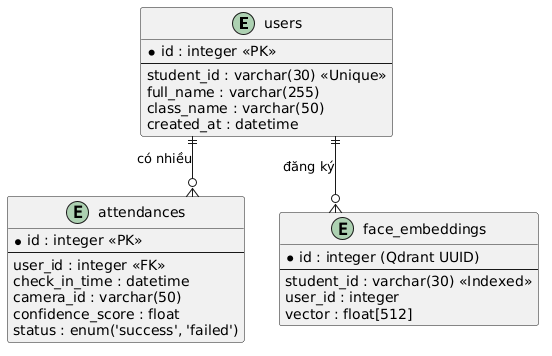
Before: uml/csdl.png, a diagram exported from PlantUML (LeVietThanh1412/BTL-2526II_AIT3004_2-smart_attendance_system). The source it was exported from:
```plantuml
@startuml
skinparam linetype ortho

entity "users" as users {
  *id : integer <<PK>>
  --
  student_id : varchar(30) <<Unique>>
  full_name : varchar(255)
  class_name : varchar(50)
  created_at : datetime
}

entity "attendances" as attendances {
  *id : integer <<PK>>
  --
  user_id : integer <<FK>>
  check_in_time : datetime
  camera_id : varchar(50)
  confidence_score : float
  status : enum('success', 'failed')
}

entity "face_embeddings" as qdrant_vectors {
  *id : integer (Qdrant UUID)
  --
  student_id : varchar(30) <<Indexed>>
  user_id : integer
  vector : float[512]
}

users ||--o{ attendances : "có nhiều"
users ||--o{ qdrant_vectors : "đăng ký"
@enduml
```
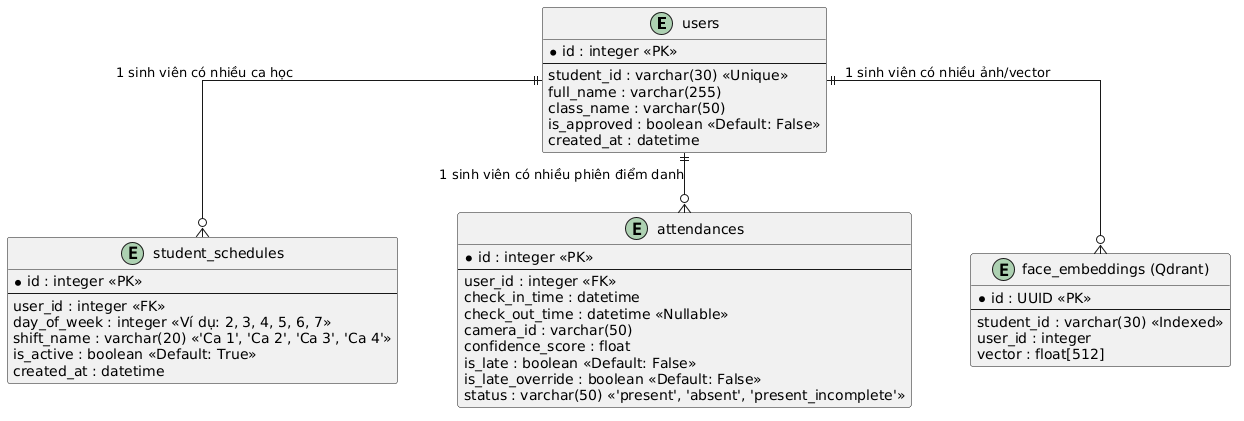
The same file after the commit.

The edit, as a diff of the source:
```diff
@@ -1,5 +1,14 @@
 @startuml
 skinparam linetype ortho
+skinparam roundcorner 5
+skinparam shadowing false
+skinparam nodesep 60
+skinparam ranksep 60
+
+skinparam entity {
+    BackgroundColor LightYellow
+    BorderColor Black
+}
 
 entity "users" as users {
   *id : integer <<PK>>
@@ -7,6 +16,17 @@
   student_id : varchar(30) <<Unique>>
   full_name : varchar(255)
   class_name : varchar(50)
+  is_approved : boolean <<Default: False>>
+  created_at : datetime
+}
+
+entity "student_schedules" as schedules {
+  *id : integer <<PK>>
+  --
+  user_id : integer <<FK>>
+  day_of_week : integer <<Ví dụ: 2, 3, 4, 5, 6, 7>>
+  shift_name : varchar(20) <<'Ca 1', 'Ca 2', 'Ca 3', 'Ca 4'>>
+  is_active : boolean <<Default: True>>
   created_at : datetime
 }
 
@@ -15,19 +35,23 @@
   --
   user_id : integer <<FK>>
   check_in_time : datetime
+  check_out_time : datetime <<Nullable>>
   camera_id : varchar(50)
   confidence_score : float
-  status : enum('success', 'failed')
+  is_late : boolean <<Default: False>>
+  is_late_override : boolean <<Default: False>>
+  status : varchar(50) <<'present', 'absent', 'present_incomplete'>>
 }
 
-entity "face_embeddings" as qdrant_vectors {
-  *id : integer (Qdrant UUID)
+entity "face_embeddings (Qdrant)" as qdrant_vectors {
+  *id : UUID <<PK>>
   --
   student_id : varchar(30) <<Indexed>>
   user_id : integer
   vector : float[512]
 }
 
-users ||--o{ attendances : "có nhiều"
-users ||--o{ qdrant_vectors : "đăng ký"
+users ||--o{ schedules : "1 sinh viên có nhiều ca học"
+users ||--o{ attendances : "1 sinh viên có nhiều phiên điểm danh"
+users ||--o{ qdrant_vectors : "1 sinh viên có nhiều ảnh/vector"
 @enduml
```
